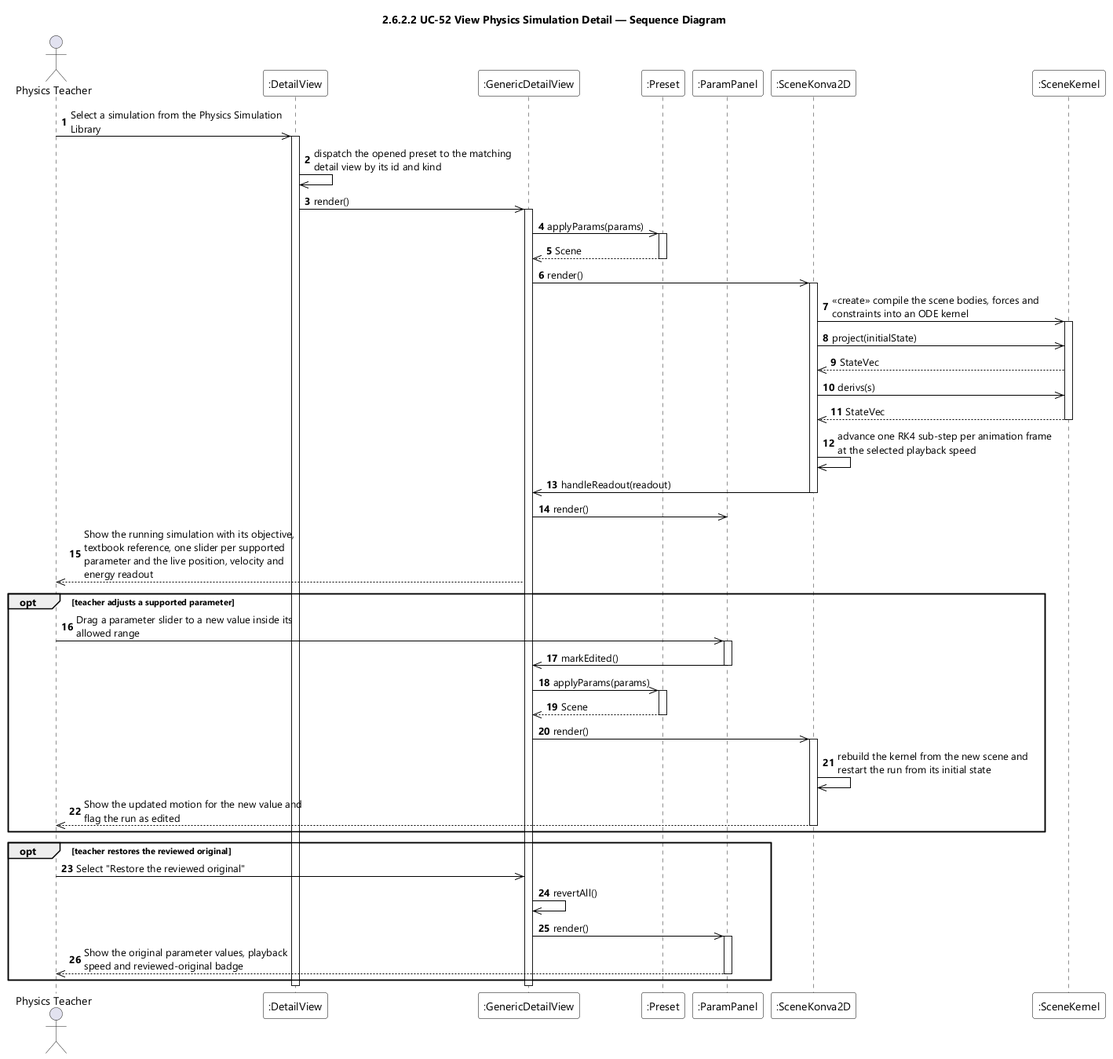
The PlantUML diagram designs/sds-diagrams/uc52/uc52-sequence-diagram.png in EduA-system/EduA-system, before a commit.
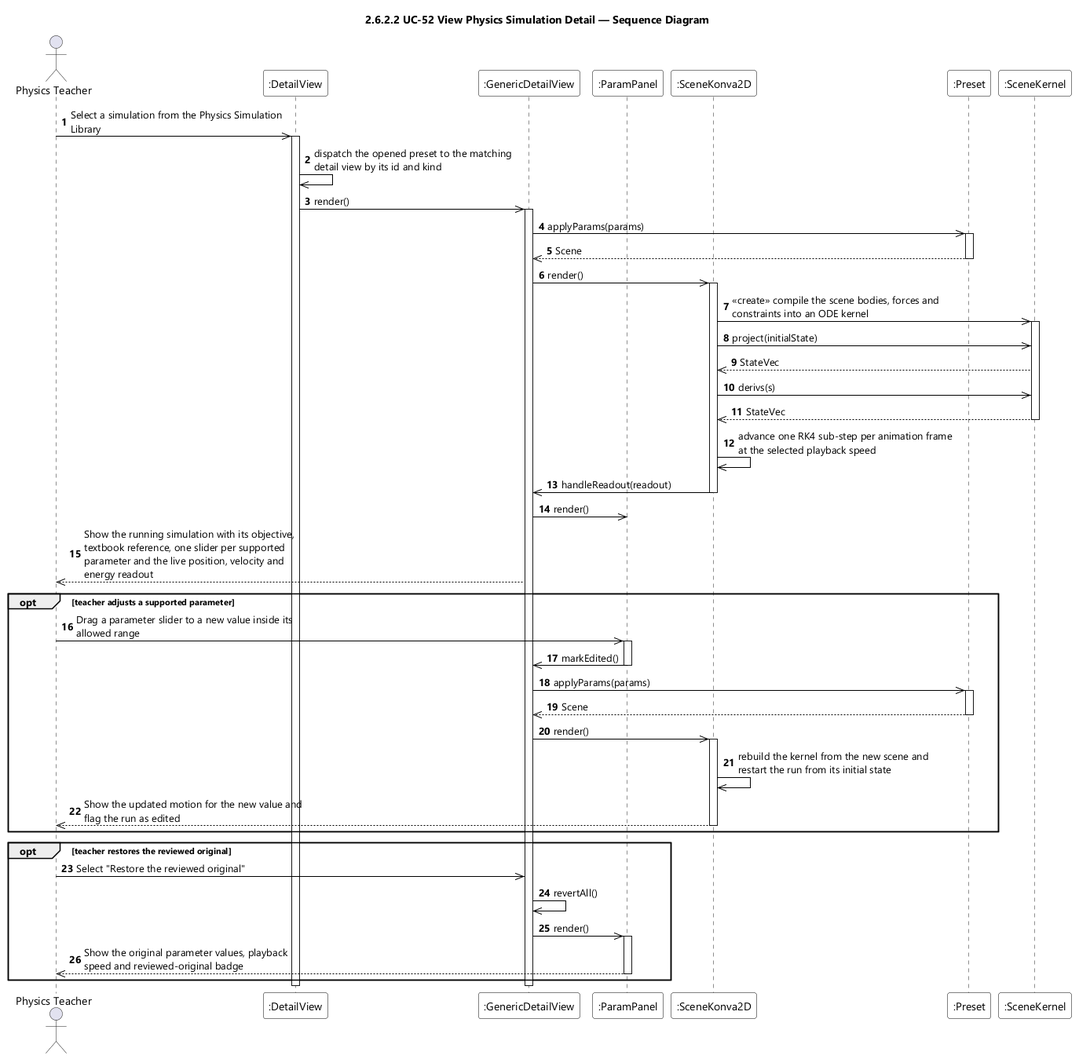
Later version of the same file.

The edit, as a diff of the source:
```diff
@@ -12,9 +12,9 @@
 actor "Physics Teacher" as Teacher
 participant ":DetailView" as DV
 participant ":GenericDetailView" as GDV
-participant ":Preset" as PRESET
 participant ":ParamPanel" as PANEL
 participant ":SceneKonva2D" as CANVAS
+participant ":Preset" as PRESET
 participant ":SceneKernel" as KERNEL
 
 autonumber
```
